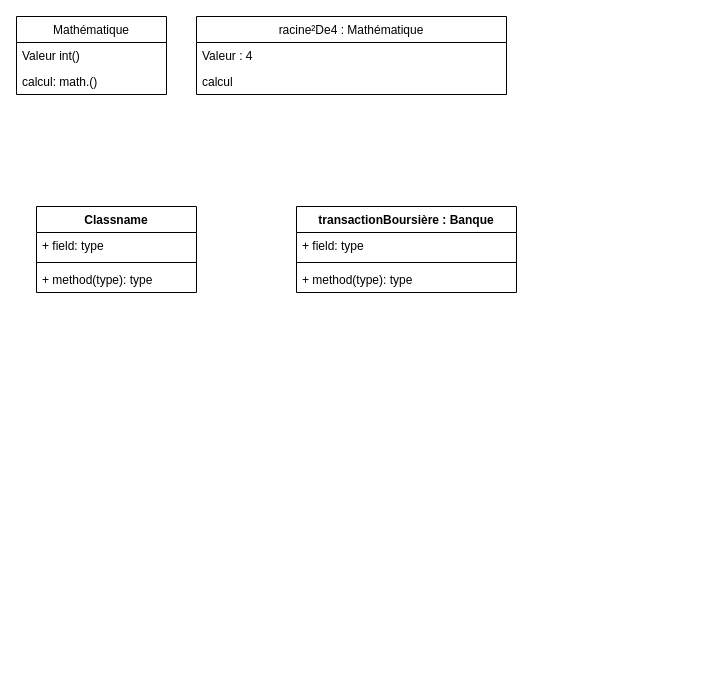
Earlier version of the draw.io diagram Diagramme sans nom.drawio (GDesplantes/ABC_2211_GD1). Source tidied: cells renumbered, new cells numbered last; positions are measured from the earlier drawing's top-left corner, leaving out a move shared by most shapes. Both pictures are drawn from the tidied source at 100%, with x=0, y=0 at pixel (16, 16).
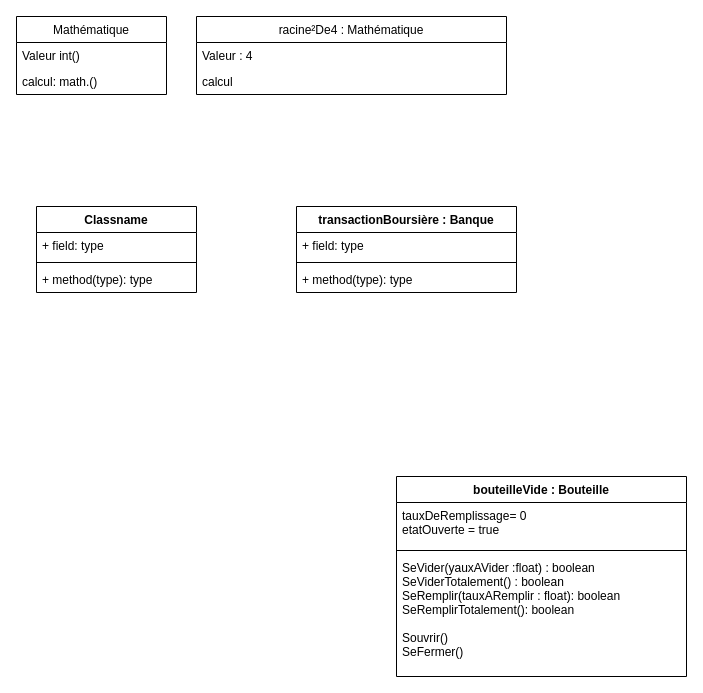
After the change.

Commit message:
Mettre à jour Diagramme sans nom.drawio

The edit, as a diff of the source:
```diff
@@
 <mxGraphModel>
   <root>
     <mxCell id="0" />
     <mxCell id="1" parent="0" />
     <mxCell id="2" value="racine²De4 : Mathématique" style="swimlane;fontStyle=0;horizontal=1;startSize=26;fillColor=none;" parent="1" vertex="1">
       <mxGeometry x="180" width="310" height="78" as="geometry" />
     </mxCell>
     <mxCell id="3" value="Valeur : 4" style="text;strokeColor=none;fillColor=none;align=left;verticalAlign=top;spacingLeft=4;spacingRight=4;overflow=hidden;" parent="2" vertex="1">
       <mxGeometry y="26" width="310" height="26" as="geometry" />
     </mxCell>
     <mxCell id="4" value="calcul" style="text;strokeColor=none;fillColor=none;align=left;verticalAlign=top;spacingLeft=4;spacingRight=4;overflow=hidden;" parent="2" vertex="1">
       <mxGeometry y="52" width="310" height="26" as="geometry" />
     </mxCell>
     <mxCell id="5" value="Mathématique" style="swimlane;fontStyle=0;horizontal=1;startSize=26;fillColor=none;" parent="1" vertex="1">
       <mxGeometry width="150" height="78" as="geometry" />
     </mxCell>
     <mxCell id="6" value="Valeur int()" style="text;strokeColor=none;fillColor=none;align=left;verticalAlign=top;spacingLeft=4;spacingRight=4;overflow=hidden;" parent="5" vertex="1">
       <mxGeometry y="26" width="150" height="26" as="geometry" />
     </mxCell>
     <mxCell id="7" value="calcul: math.()" style="text;strokeColor=none;fillColor=none;align=left;verticalAlign=top;spacingLeft=4;spacingRight=4;overflow=hidden;" parent="5" vertex="1">
       <mxGeometry y="52" width="150" height="26" as="geometry" />
     </mxCell>
     <mxCell id="8" value="Classname" style="swimlane;fontStyle=1;align=center;verticalAlign=top;horizontal=1;startSize=26;" parent="1" vertex="1">
       <mxGeometry x="20" y="190" width="160" height="86" as="geometry" />
     </mxCell>
     <mxCell id="9" value="+ field: type" style="text;strokeColor=none;fillColor=none;align=left;verticalAlign=top;spacingLeft=4;spacingRight=4;overflow=hidden;" parent="8" vertex="1">
       <mxGeometry y="26" width="160" height="26" as="geometry" />
     </mxCell>
     <mxCell id="10" style="line;strokeWidth=1;fillColor=none;align=left;verticalAlign=middle;spacingTop=-1;spacingLeft=3;spacingRight=3;labelPosition=right;strokeColor=inherit;" parent="8" vertex="1">
       <mxGeometry y="52" width="160" height="8" as="geometry" />
     </mxCell>
     <mxCell id="11" value="+ method(type): type" style="text;strokeColor=none;fillColor=none;align=left;verticalAlign=top;spacingLeft=4;spacingRight=4;overflow=hidden;" parent="8" vertex="1">
       <mxGeometry y="60" width="160" height="26" as="geometry" />
     </mxCell>
     <mxCell id="12" value="transactionBoursière : Banque" style="swimlane;fontStyle=1;align=center;verticalAlign=top;horizontal=1;startSize=26;" parent="1" vertex="1">
       <mxGeometry x="280" y="190" width="220" height="86" as="geometry" />
     </mxCell>
     <mxCell id="13" value="+ field: type" style="text;strokeColor=none;fillColor=none;align=left;verticalAlign=top;spacingLeft=4;spacingRight=4;overflow=hidden;" parent="12" vertex="1">
       <mxGeometry y="26" width="220" height="26" as="geometry" />
     </mxCell>
     <mxCell id="14" style="line;strokeWidth=1;fillColor=none;align=left;verticalAlign=middle;spacingTop=-1;spacingLeft=3;spacingRight=3;labelPosition=right;strokeColor=inherit;" parent="12" vertex="1">
       <mxGeometry y="52" width="220" height="8" as="geometry" />
     </mxCell>
     <mxCell id="15" value="+ method(type): type" style="text;strokeColor=none;fillColor=none;align=left;verticalAlign=top;spacingLeft=4;spacingRight=4;overflow=hidden;" parent="12" vertex="1">
       <mxGeometry y="60" width="220" height="26" as="geometry" />
     </mxCell>
+    <mxCell id="16" value="bouteilleVide : Bouteille" style="swimlane;fontStyle=1;align=center;verticalAlign=top;horizontal=1;startSize=26;" parent="1" vertex="1">
+      <mxGeometry x="380" y="460" width="290" height="200" as="geometry" />
+    </mxCell>
+    <mxCell id="17" value="tauxDeRemplissage= 0&#10;etatOuverte = true" style="text;strokeColor=none;fillColor=none;align=left;verticalAlign=top;spacingLeft=4;spacingRight=4;overflow=hidden;" parent="16" vertex="1">
+      <mxGeometry y="26" width="290" height="44" as="geometry" />
+    </mxCell>
+    <mxCell id="18" style="line;strokeWidth=1;fillColor=none;align=left;verticalAlign=middle;spacingTop=-1;spacingLeft=3;spacingRight=3;labelPosition=right;strokeColor=inherit;" parent="16" vertex="1">
+      <mxGeometry y="70" width="290" height="8" as="geometry" />
+    </mxCell>
+    <mxCell id="19" value="SeVider(yauxAVider :float) : boolean&#10;SeViderTotalement() : boolean&#10;SeRemplir(tauxARemplir : float): boolean&#10;SeRemplirTotalement(): boolean&#10;&#10;Souvrir()&#10;SeFermer()" style="text;strokeColor=none;fillColor=none;align=left;verticalAlign=top;spacingLeft=4;spacingRight=4;overflow=hidden;" parent="16" vertex="1">
+      <mxGeometry y="78" width="290" height="122" as="geometry" />
+    </mxCell>
   </root>
 </mxGraphModel>
```
